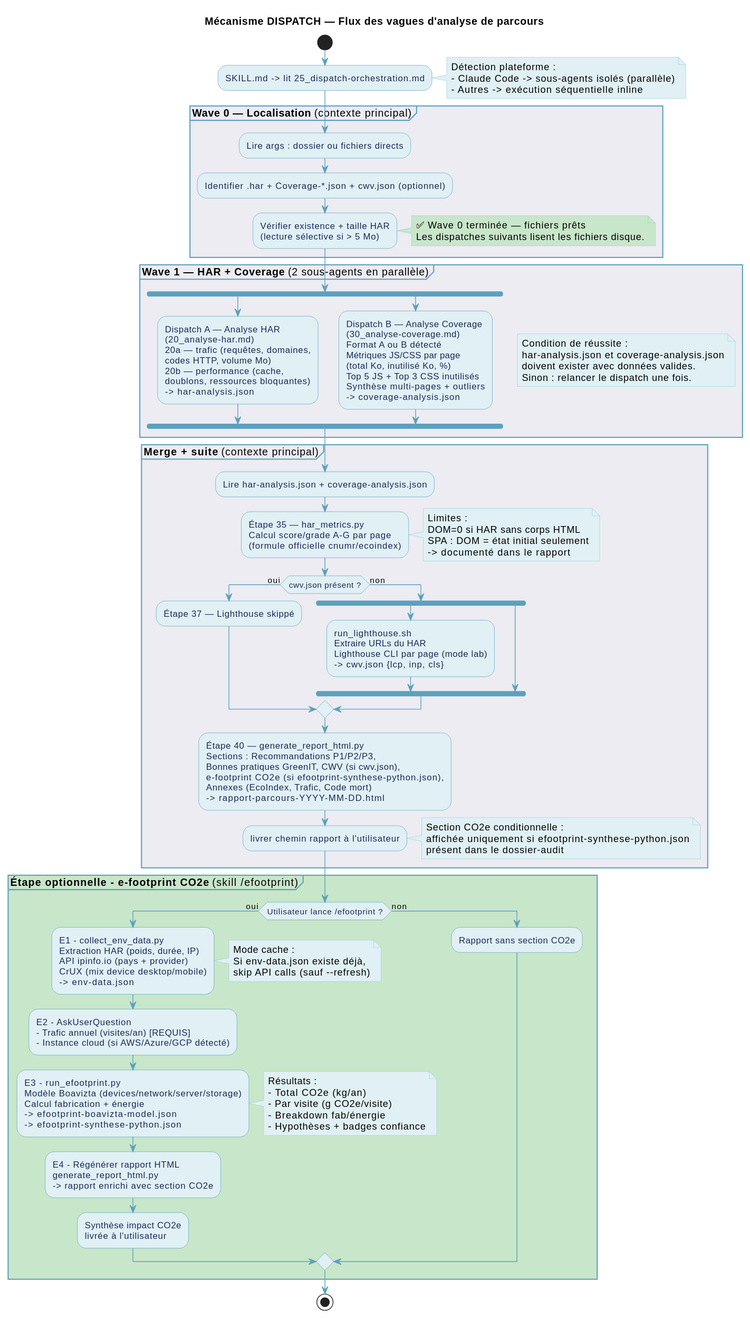
Earlier version of the PlantUML export documentation/diagrammes/analyse-parcours-dispatch-activite.svg (Boavizta/eroom).
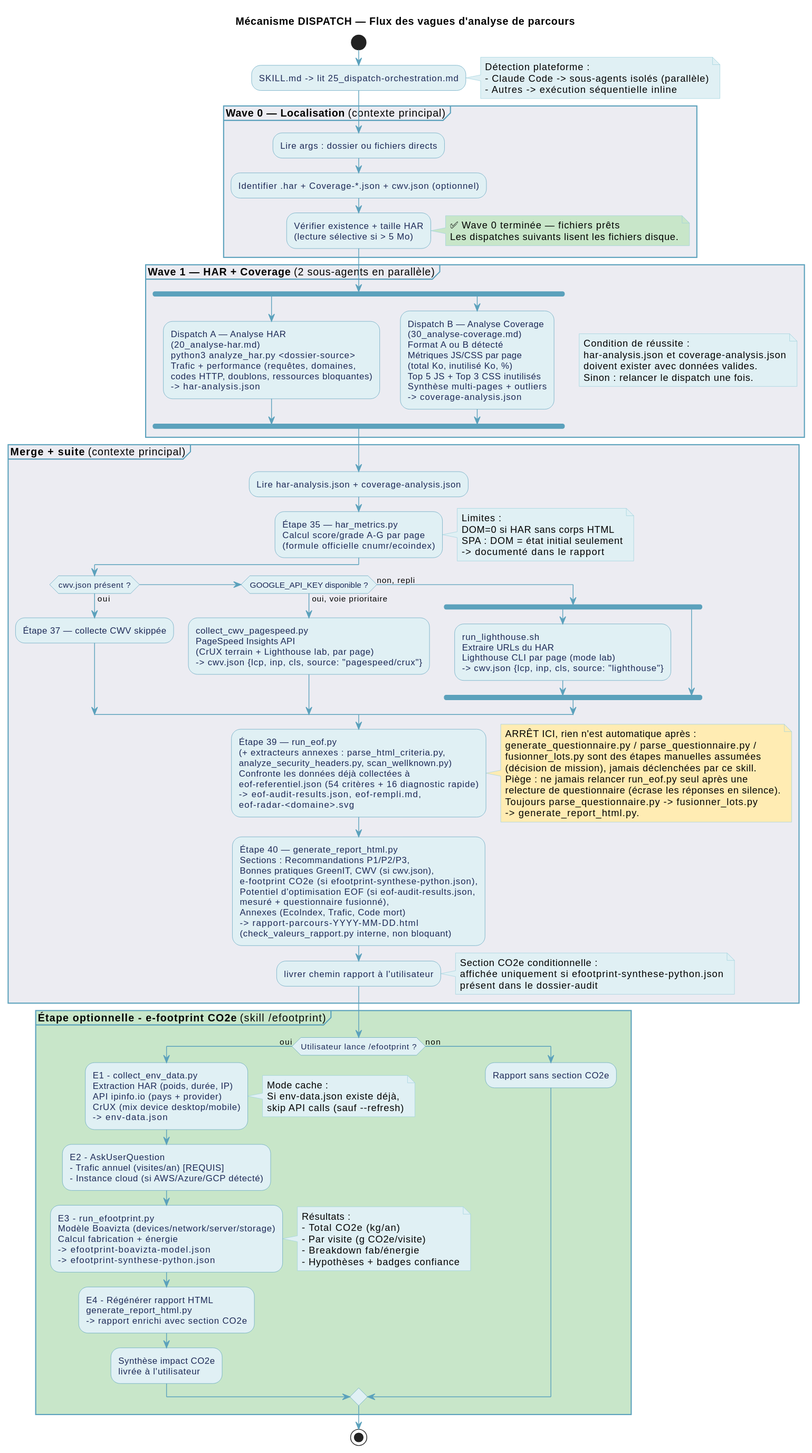
Above is the later version.

Change to the diagram source:
```diff
@@ -42,10 +42,9 @@
   fork
     :Dispatch A — Analyse HAR
     (20_analyse-har.md)
-    20a — trafic (requêtes, domaines,
-    codes HTTP, volume Mo)
-    20b — performance (cache,
-    doublons, ressources bloquantes)
+    python3 analyze_har.py <dossier-source>
+    Trafic + performance (requêtes, domaines,
+    codes HTTP, doublons, ressources bloquantes)
     -> har-analysis.json;
   fork again
     :Dispatch B — Analyse Coverage
@@ -80,27 +79,55 @@
   end note
 
   if (cwv.json présent ?) then (oui)
-    :Étape 37 — Lighthouse skippé;
-  else (non)
+    :Étape 37 — collecte CWV skippée;
+  elseif (GOOGLE_API_KEY disponible ?) then (oui, voie prioritaire)
+    :collect_cwv_pagespeed.py
+    PageSpeed Insights API
+    (CrUX terrain + Lighthouse lab, par page)
+    -> cwv.json {lcp, inp, cls, source: "pagespeed/crux"};
+  else (non, repli)
     fork
       :run_lighthouse.sh
       Extraire URLs du HAR
       Lighthouse CLI par page (mode lab)
-      -> cwv.json {lcp, inp, cls};
+      -> cwv.json {lcp, inp, cls, source: "lighthouse"};
     fork again
       note right #FFECB3
         Si Lighthouse indisponible :
         warning, rapport sans CWV
+        (onLoad du HAR utilisé comme proxy du LCP)
       end note
     end fork
   endif
+
+  :Étape 39 — run_eof.py
+  (+ extracteurs annexes : parse_html_criteria.py,
+  analyze_security_headers.py, scan_wellknown.py)
+  Confronte les données déjà collectées à
+  eof-referentiel.json (54 critères + 16 diagnostic rapide)
+  -> eof-audit-results.json, eof-rempli.md,
+  eof-radar-<domaine>.svg;
+
+  note right #FFECB3
+    ARRÊT ICI, rien n'est automatique après :
+    generate_questionnaire.py / parse_questionnaire.py /
+    fusionner_lots.py sont des étapes manuelles assumées
+    (décision de mission), jamais déclenchées par ce skill.
+    Piège : ne jamais relancer run_eof.py seul après une
+    relecture de questionnaire (écrase les réponses en silence).
+    Toujours parse_questionnaire.py -> fusionner_lots.py
+    -> generate_report_html.py.
+  end note
 
   :Étape 40 — generate_report_html.py
   Sections : Recommandations P1/P2/P3,
   Bonnes pratiques GreenIT, CWV (si cwv.json),
   e-footprint CO2e (si efootprint-synthese-python.json),
+  Potentiel d'optimisation EOF (si eof-audit-results.json,
+  mesuré + questionnaire fusionné),
   Annexes (EcoIndex, Trafic, Code mort)
-  -> rapport-parcours-YYYY-MM-DD.html;
+  -> rapport-parcours-YYYY-MM-DD.html
+  (check_valeurs_rapport.py interne, non bloquant);
 
   :livrer chemin rapport à l'utilisateur;
 
```
